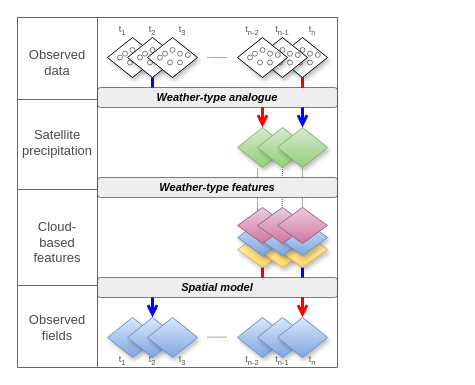
This is grid-workflow.drawio from adrHuerta/diagrams, a draw.io file, before an edit. Source tidied: cells renumbered, new cells numbered last; positions are measured from the earlier drawing's top-left corner, leaving out a move shared by most shapes. Both pictures are drawn from the tidied source at 100%, with x=0, y=0 at pixel (17, 17).
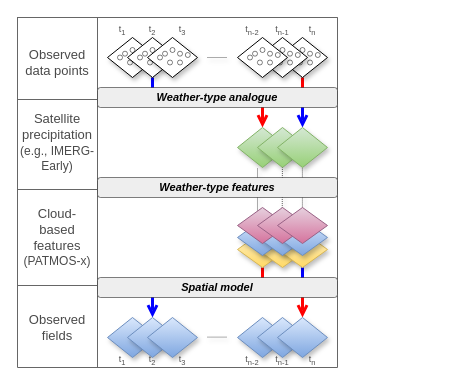
The same diagram, later.

The edit, as a diff of the source:
```diff
@@
-    <mxCell id="20" value="&lt;font&gt;Observed data&lt;/font&gt;" style="text;html=1;align=center;verticalAlign=middle;whiteSpace=wrap;rounded=0;rotation=0;fontStyle=0;fontColor=#4A4A4A;fontSize=13;" parent="1" vertex="1">
-      <mxGeometry x="10" y="10" width="60" height="70" as="geometry" />
+    <mxCell id="20" value="&lt;font&gt;Observed data points&lt;/font&gt;" style="text;html=1;align=center;verticalAlign=middle;whiteSpace=wrap;rounded=0;rotation=0;fontStyle=0;fontColor=#4A4A4A;fontSize=13;" parent="1" vertex="1">
+      <mxGeometry y="10" width="80" height="70" as="geometry" />
     </mxCell>
-    <mxCell id="21" value="&lt;span&gt;Satellite precipitation&lt;/span&gt;" style="text;html=1;align=center;verticalAlign=middle;whiteSpace=wrap;rounded=0;rotation=0;fontStyle=0;fontColor=#4A4A4A;fontSize=13;" parent="1" vertex="1">
-      <mxGeometry x="10" y="90" width="60" height="70" as="geometry" />
+    <mxCell id="21" value="&lt;span&gt;Satellite precipitation&lt;br&gt;&lt;font style=&quot;font-size: 12px;&quot;&gt;(e.g., IMERG-Early)&lt;/font&gt;&lt;/span&gt;" style="text;html=1;align=center;verticalAlign=middle;whiteSpace=wrap;rounded=0;rotation=0;fontStyle=0;fontColor=#4A4A4A;fontSize=13;" parent="1" vertex="1">
+      <mxGeometry y="90" width="80" height="70" as="geometry" />
     </mxCell>
-    <mxCell id="22" value="&lt;span&gt;Cloud-based features&lt;/span&gt;" style="text;html=1;align=center;verticalAlign=middle;whiteSpace=wrap;rounded=0;rotation=0;fontStyle=0;fontColor=#4A4A4A;fontSize=13;" parent="1" vertex="1">
-      <mxGeometry x="10" y="190" width="60" height="70" as="geometry" />
+    <mxCell id="22" value="&lt;span&gt;Cloud-&lt;br&gt;based features&lt;/span&gt;&lt;div&gt;&lt;span&gt;&lt;font style=&quot;font-size: 12px;&quot;&gt;(PATMOS-x)&lt;/font&gt;&lt;/span&gt;&lt;/div&gt;" style="text;html=1;align=center;verticalAlign=middle;whiteSpace=wrap;rounded=0;rotation=0;fontStyle=0;fontColor=#4A4A4A;fontSize=13;" parent="1" vertex="1">
+      <mxGeometry y="180" width="80" height="80" as="geometry" />
     </mxCell>
```
